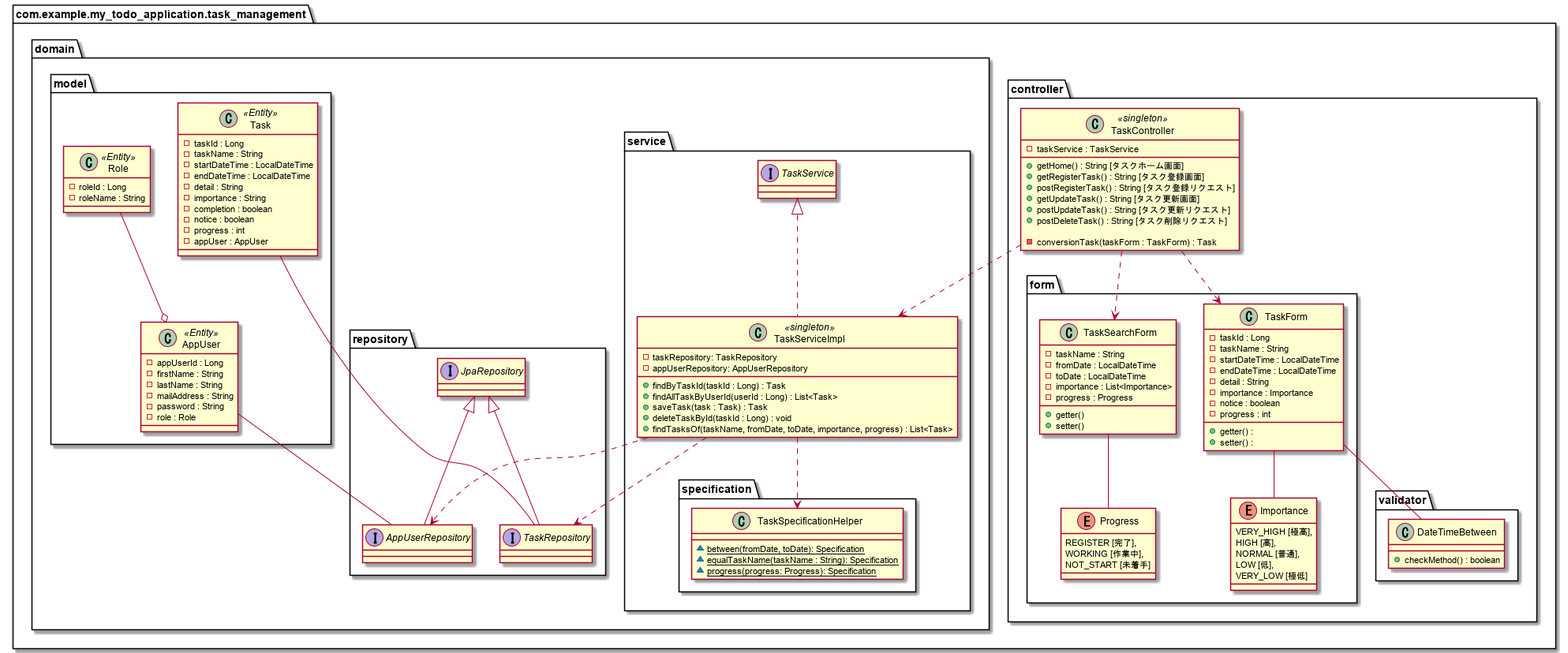
Before: plantuml/task_relation_class.png, a diagram exported from PlantUML (yasusi-1234/my_todo_application). The source it was exported from:
```plantuml
@startuml

package com.example.my_todo_application.task_management{

    package controller{
        class TaskController <<singleton>>{
            - taskService : TaskService

            + getHome() : String [タスクホーム画面]
            + getRegisterTask() : String [タスク登録画面]
            + postRegisterTask() : String [タスク登録リクエスト]
            + getUpdateTask() : String [タスク更新画面]
            + postUpdateTask() : String [タスク更新リクエスト]
            + postDeleteTask() : String [タスク削除リクエスト]

            - conversionTask(taskForm : TaskForm) : Task
        }
        package form{
            class TaskForm{
                - taskId : Long
                - taskName : String
                - startDateTime : LocalDateTime
                - endDateTime : LocalDateTime
                - detail : String
                - importance : Importance
                - notice : boolean
                - progress : int

                + getter() :
                + setter() :
            }

            class TaskSearchForm{
                - taskName : String
                - fromDate : LocalDateTime
                - toDate : LocalDateTime
                - importance : List<Importance>
                - progress : Progress

                + getter()
                + setter()
            }

            enum Importance{
                VERY_HIGH [極高],
                HIGH [高],
                NORMAL [普通],
                LOW [低],
                VERY_LOW [極低]
            }

            enum Progress {
                REGISTER [完了],
                WORKING [作業中],
                NOT_START [未着手]
            }
        }

        package validator{
            class DateTimeBetween{
                + checkMethod() : boolean
            }
        }
    }

    package domain{
        package service{
            interface TaskService{}

            class TaskServiceImpl <<singleton>> implements TaskService{
                - taskRepository: TaskRepository
                - appUserRepository: AppUserRepository

                + findByTaskId(taskId : Long) : Task
                + findAllTaskByUserId(userId : Long) : List<Task>
                + saveTask(task : Task) : Task
                + deleteTaskById(taskId : Long) : void
                + findTasksOf(taskName, fromDate, toDate, importance, progress) : List<Task>
            }

            package specification{
                class TaskSpecificationHelper{
                    ~ {static} between(fromDate, toDate): Specification
                    ~ {static} equalTaskName(taskName : String): Specification
                    ~ {static} progress(progress: Progress): Specification
                }
            }
        }

        package repository{
            interface TaskRepository extends JpaRepository{

            }

            interface AppUserRepository extends JpaRepository{

            }
        }

        package model {
            class Role <<Entity>>{
                - roleId : Long
                - roleName : String
            }

            class AppUser <<Entity>>{
                - appUserId : Long
                - firstName : String
                - lastName : String
                - mailAddress : String
                - password : String
                - role : Role
            }

            class Task <<Entity>>{
                - taskId : Long
                - taskName : String
                - startDateTime : LocalDateTime
                - endDateTime : LocalDateTime
                - detail : String
                - importance : String
                - completion : boolean
                - notice : boolean
                - progress : int
                - appUser : AppUser
            }

        }
    }
}

Role --o AppUser
Task -- TaskRepository
AppUser -- AppUserRepository

TaskServiceImpl ..> TaskRepository
TaskServiceImpl ..> AppUserRepository
TaskServiceImpl ..> TaskSpecificationHelper

TaskController ..> TaskServiceImpl
TaskController ..> TaskForm
TaskController ..> TaskSearchForm

TaskSearchForm -- Progress
TaskForm -- Importance
TaskForm -- DateTimeBetween

@enduml
```
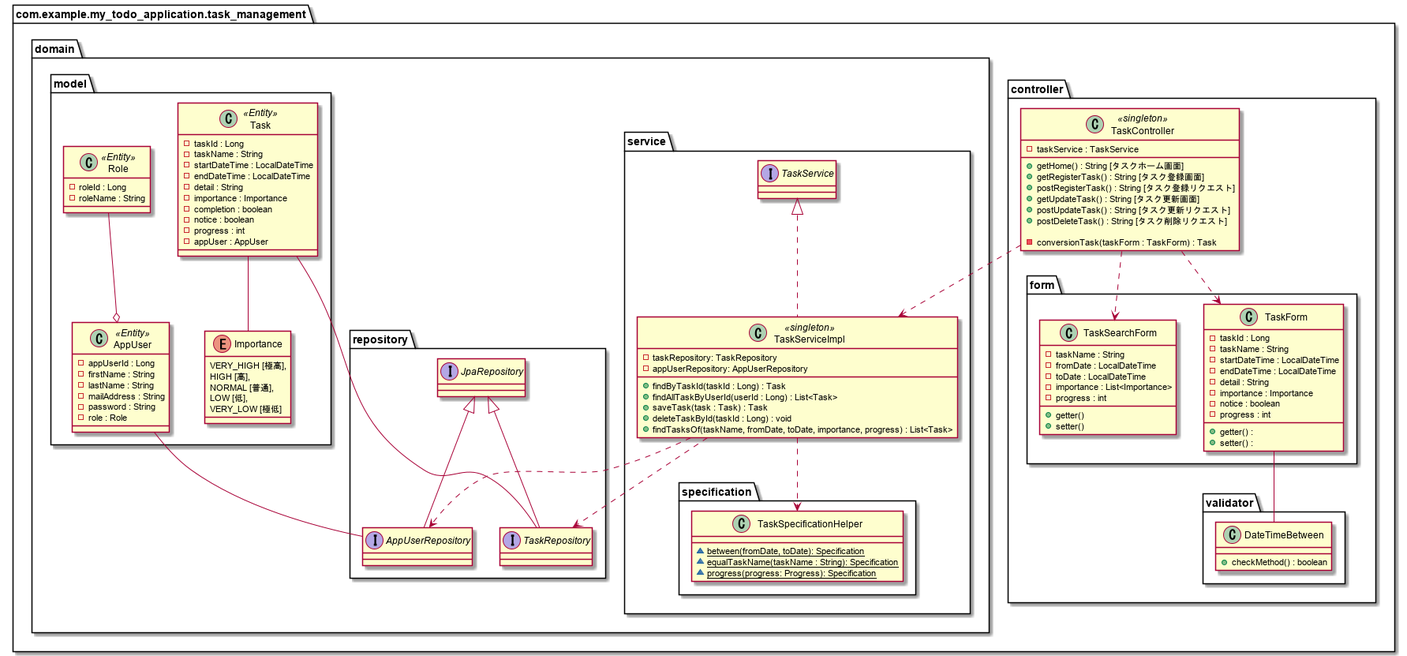
After the commit.

Commit message:
タスク関連のクラス図のProgressクラスのパッケージを正しい物に修正

Diff of the diagram source:
```diff
@@ -35,25 +35,12 @@
                 - fromDate : LocalDateTime
                 - toDate : LocalDateTime
                 - importance : List<Importance>
-                - progress : Progress
+                - progress : int
 
                 + getter()
                 + setter()
             }
 
-            enum Importance{
-                VERY_HIGH [極高],
-                HIGH [高],
-                NORMAL [普通],
-                LOW [低],
-                VERY_LOW [極低]
-            }
-
-            enum Progress {
-                REGISTER [完了],
-                WORKING [作業中],
-                NOT_START [未着手]
-            }
         }
 
         package validator{
@@ -118,11 +105,19 @@
                 - startDateTime : LocalDateTime
                 - endDateTime : LocalDateTime
                 - detail : String
-                - importance : String
+                - importance : Importance
                 - completion : boolean
                 - notice : boolean
                 - progress : int
                 - appUser : AppUser
+            }
+
+            enum Importance{
+                VERY_HIGH [極高],
+                HIGH [高],
+                NORMAL [普通],
+                LOW [低],
+                VERY_LOW [極低]
             }
 
         }
@@ -131,6 +126,7 @@
 
 Role --o AppUser
 Task -- TaskRepository
+Task -- Importance
 AppUser -- AppUserRepository
 
 TaskServiceImpl ..> TaskRepository
@@ -141,8 +137,6 @@
 TaskController ..> TaskForm
 TaskController ..> TaskSearchForm
 
-TaskSearchForm -- Progress
-TaskForm -- Importance
 TaskForm -- DateTimeBetween
 
 @enduml
```
